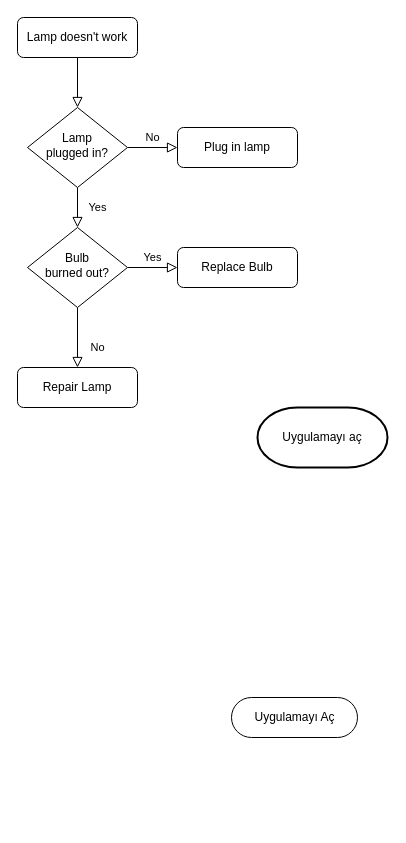
This is isakissemasi.drawio from smhcbr/flowcharts, a draw.io file, before an edit. Source tidied: cells renumbered, new cells numbered last; positions are measured from the earlier drawing's top-left corner, leaving out a move shared by most shapes. Both pictures are drawn from the tidied source at 100%, with x=0, y=0 at pixel (17, 17).
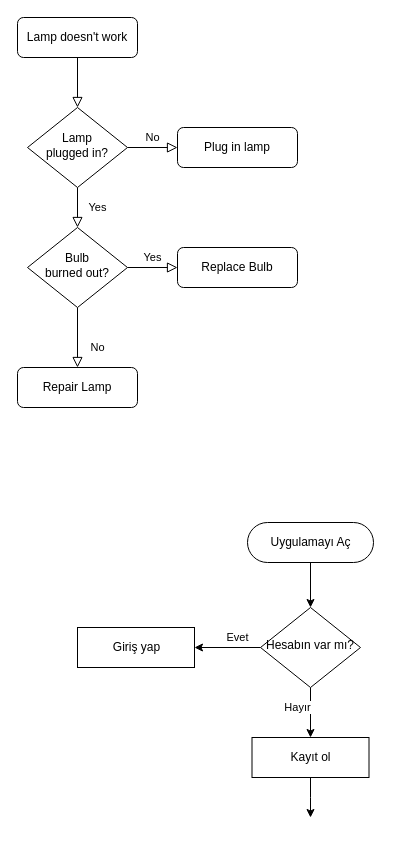
Above is the later version.

What changed in the source:
```diff
@@
-    <mxCell id="13" value="Uygulamayı aç" style="strokeWidth=2;html=1;shape=mxgraph.flowchart.terminator;whiteSpace=wrap;" parent="1" vertex="1">
-      <mxGeometry x="240" y="390" width="130" height="60" as="geometry" />
-    </mxCell>
+    <mxCell id="15" style="edgeStyle=orthogonalEdgeStyle;rounded=0;jettySize=auto;html=1;entryX=0.5;entryY=0;entryDx=0;entryDy=0;" parent="1" edge="1" source="14" target="19">
+      <mxGeometry relative="1" as="geometry" />
+    </mxCell>
     <mxCell id="14" value="Uygulamayı Aç" style="html=1;dashed=0;whitespace=wrap;shape=mxgraph.dfd.start;" parent="1" vertex="1">
-      <mxGeometry x="214" y="680" width="126" height="40" as="geometry" />
+      <mxGeometry x="230" y="505" width="126" height="40" as="geometry" />
     </mxCell>
+    <mxCell id="16" value="Giriş yap" style="html=1;dashed=0;whitespace=wrap;" parent="1" vertex="1">
+      <mxGeometry x="60" y="610" width="117" height="40" as="geometry" />
+    </mxCell>
+    <mxCell id="17" value="Evet" style="edgeStyle=orthogonalEdgeStyle;rounded=0;jettySize=auto;html=1;entryX=1;entryY=0.5;entryDx=0;entryDy=0;" parent="1" edge="1" source="19" target="16">
+      <mxGeometry x="-0.3" y="-10" relative="1" as="geometry" />
+    </mxCell>
+    <mxCell id="18" value="Hayır" style="edgeStyle=orthogonalEdgeStyle;rounded=0;jettySize=auto;html=1;entryX=0.5;entryY=0;entryDx=0;entryDy=0;" parent="1" edge="1" source="19" target="21">
+      <mxGeometry x="-0.2" y="-13" relative="1" as="geometry" />
+    </mxCell>
+    <mxCell id="19" value="Hesabın var mı?" style="rhombus;whiteSpace=wrap;html=1;shadow=0;fontFamily=Helvetica;fontSize=12;align=center;strokeWidth=1;spacing=6;spacingTop=-4;" parent="1" vertex="1">
+      <mxGeometry x="243" y="590" width="100" height="80" as="geometry" />
+    </mxCell>
+    <mxCell id="20" style="edgeStyle=orthogonalEdgeStyle;rounded=0;jettySize=auto;html=1;" parent="1" edge="1" source="21">
+      <mxGeometry relative="1" as="geometry">
+        <mxPoint x="293" y="800" as="targetPoint" />
+      </mxGeometry>
+    </mxCell>
+    <mxCell id="21" value="Kayıt ol" style="html=1;dashed=0;whitespace=wrap;" parent="1" vertex="1">
+      <mxGeometry x="234.5" y="720" width="117" height="40" as="geometry" />
+    </mxCell>
```
